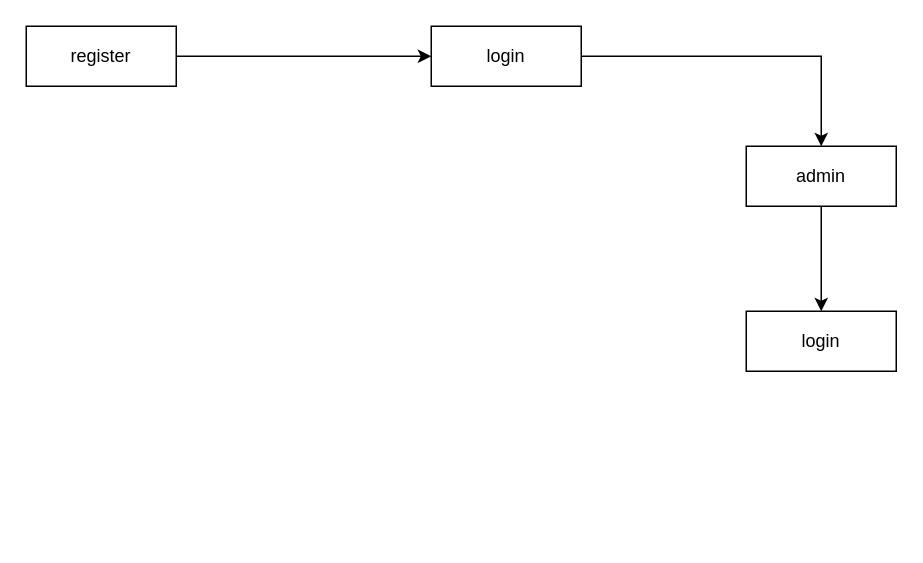
Earlier version of the draw.io diagram others/Entity relation diagram.drawio (InsafInhaam/pos_system_mern). Source tidied: cells renumbered, new cells numbered last; positions are measured from the earlier drawing's top-left corner, leaving out a move shared by most shapes. Both pictures are drawn from the tidied source at 150%, with x=0, y=0 at pixel (26, 26).
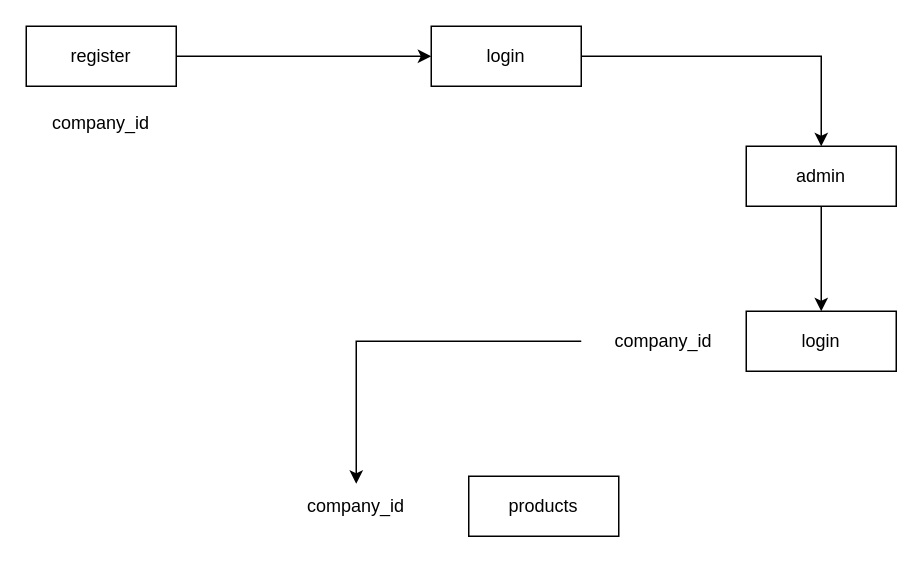
Above is the later version.

The edit, as a diff of the source:
```diff
@@
 <mxGraphModel>
   <root>
     <mxCell id="0" />
     <mxCell id="1" parent="0" />
     <mxCell id="2" style="edgeStyle=orthogonalEdgeStyle;rounded=0;jettySize=auto;html=1;exitX=0.5;exitY=1;exitDx=0;exitDy=0;entryX=0.5;entryY=0;entryDx=0;entryDy=0;" parent="1" edge="1" source="3" target="8">
       <mxGeometry relative="1" as="geometry" />
     </mxCell>
     <mxCell id="3" value="admin" style="whiteSpace=wrap;html=1;align=center;" parent="1" vertex="1">
       <mxGeometry x="480" y="80" width="100" height="40" as="geometry" />
     </mxCell>
     <mxCell id="4" style="edgeStyle=orthogonalEdgeStyle;rounded=0;jettySize=auto;html=1;exitX=1;exitY=0.5;exitDx=0;exitDy=0;" parent="1" edge="1" source="5" target="3">
       <mxGeometry relative="1" as="geometry" />
     </mxCell>
     <mxCell id="5" value="login" style="whiteSpace=wrap;html=1;align=center;" parent="1" vertex="1">
       <mxGeometry x="270" width="100" height="40" as="geometry" />
     </mxCell>
     <mxCell id="6" style="edgeStyle=orthogonalEdgeStyle;rounded=0;jettySize=auto;html=1;exitX=1;exitY=0.5;exitDx=0;exitDy=0;" parent="1" edge="1" source="7" target="5">
       <mxGeometry relative="1" as="geometry" />
     </mxCell>
     <mxCell id="7" value="register" style="whiteSpace=wrap;html=1;align=center;" parent="1" vertex="1">
       <mxGeometry width="100" height="40" as="geometry" />
     </mxCell>
+    <mxCell id="9" style="edgeStyle=orthogonalEdgeStyle;rounded=0;jettySize=auto;html=1;entryX=0.5;entryY=0;entryDx=0;entryDy=0;exitX=0;exitY=0.5;exitDx=0;exitDy=0;" parent="1" edge="1" source="12" target="11">
+      <mxGeometry relative="1" as="geometry" />
+    </mxCell>
     <mxCell id="8" value="login" style="whiteSpace=wrap;html=1;align=center;" parent="1" vertex="1">
       <mxGeometry x="480" y="190" width="100" height="40" as="geometry" />
     </mxCell>
+    <mxCell id="10" value="products" style="whiteSpace=wrap;html=1;align=center;" parent="1" vertex="1">
+      <mxGeometry x="295" y="300" width="100" height="40" as="geometry" />
+    </mxCell>
+    <mxCell id="11" value="company_id" style="text;html=1;strokeColor=none;fillColor=none;align=center;verticalAlign=middle;whiteSpace=wrap;rounded=0;" parent="1" vertex="1">
+      <mxGeometry x="170" y="305" width="100" height="30" as="geometry" />
+    </mxCell>
+    <mxCell id="12" value="company_id" style="text;html=1;strokeColor=none;fillColor=none;align=center;verticalAlign=middle;whiteSpace=wrap;rounded=0;" parent="1" vertex="1">
+      <mxGeometry x="370" y="195" width="110" height="30" as="geometry" />
+    </mxCell>
+    <mxCell id="13" value="company_id" style="text;html=1;strokeColor=none;fillColor=none;align=center;verticalAlign=middle;whiteSpace=wrap;rounded=0;" parent="1" vertex="1">
+      <mxGeometry y="50" width="100" height="30" as="geometry" />
+    </mxCell>
   </root>
 </mxGraphModel>
```
